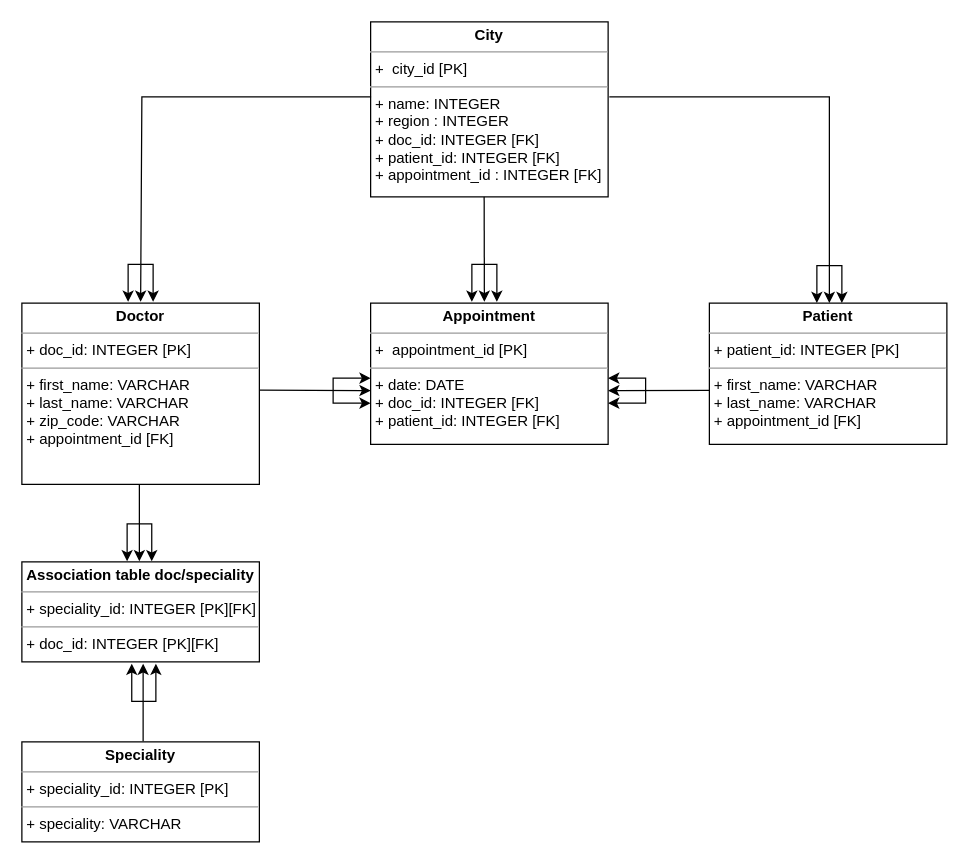
The draw.io diagram page "FreeDoc" (1 of 4) of BDD-Relationnelles.drawio in jocelyn-ep/S4-J4-SQL-Modelisation_database, before the edit. Source tidied: cells renumbered, new cells numbered last; positions are measured from the earlier drawing's top-left corner, leaving out a move shared by most shapes. Both pictures are drawn from the tidied source at 125%, with x=0, y=0 at pixel (21, 21).
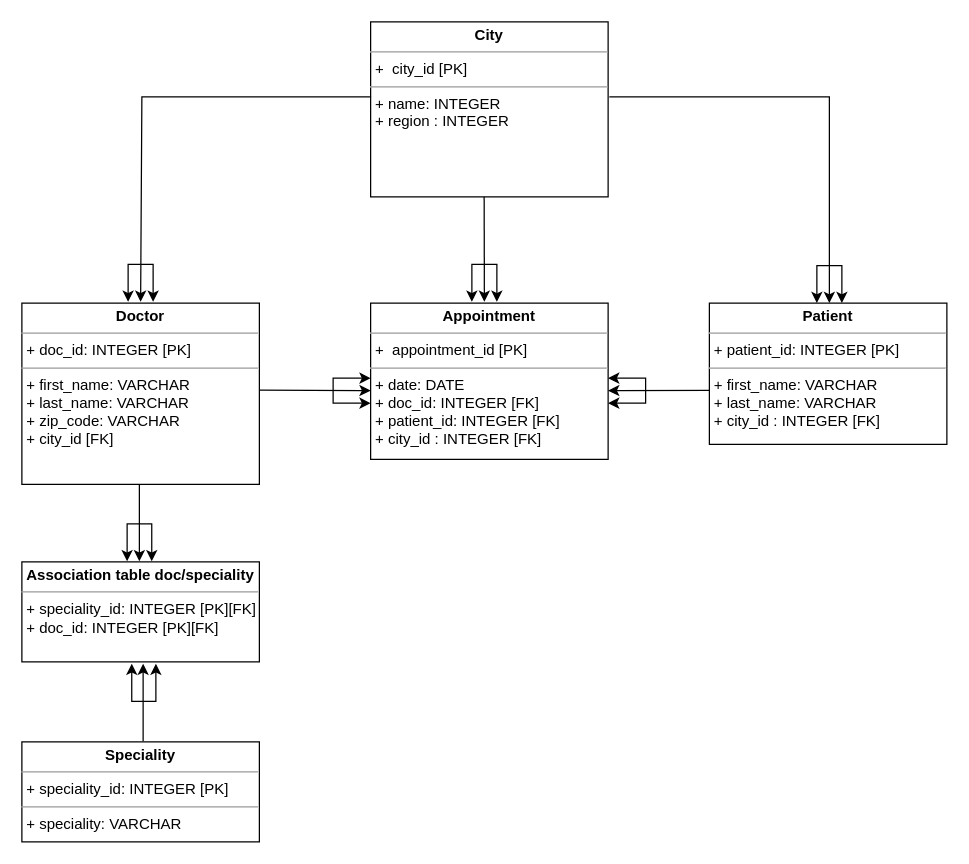
Above is the later version.

What changed in the source:
```diff
@@
-    <mxCell id="2" value="&lt;p style=&quot;margin:0px;margin-top:4px;text-align:center;&quot;&gt;&lt;b&gt;Doctor&lt;/b&gt;&lt;/p&gt;&lt;hr size=&quot;1&quot;&gt;&lt;p style=&quot;margin:0px;margin-left:4px;&quot;&gt;+ doc_id: INTEGER [PK]&lt;br&gt;&lt;/p&gt;&lt;hr size=&quot;1&quot;&gt;&lt;p style=&quot;margin:0px;margin-left:4px;&quot;&gt;+ first_name: VARCHAR&amp;nbsp;&lt;br&gt;&lt;/p&gt;&lt;p style=&quot;margin:0px;margin-left:4px;&quot;&gt;+ last_name: VARCHAR&amp;nbsp;&lt;br&gt;&lt;span style=&quot;background-color: initial;&quot;&gt;+ zip_code: VARCHAR&amp;nbsp;&lt;/span&gt;&lt;br&gt;&lt;/p&gt;&lt;p style=&quot;margin:0px;margin-left:4px;&quot;&gt;+ appointment_id [FK]&lt;br&gt;&lt;/p&gt;" style="verticalAlign=top;align=left;overflow=fill;fontSize=12;fontFamily=Helvetica;html=1;rounded=0;shadow=0;comic=0;labelBackgroundColor=none;strokeWidth=1;" parent="1" vertex="1">
+    <mxCell id="2" value="&lt;p style=&quot;margin:0px;margin-top:4px;text-align:center;&quot;&gt;&lt;b&gt;Doctor&lt;/b&gt;&lt;/p&gt;&lt;hr size=&quot;1&quot;&gt;&lt;p style=&quot;margin:0px;margin-left:4px;&quot;&gt;+ doc_id: INTEGER [PK]&lt;br&gt;&lt;/p&gt;&lt;hr size=&quot;1&quot;&gt;&lt;p style=&quot;margin:0px;margin-left:4px;&quot;&gt;+ first_name: VARCHAR&amp;nbsp;&lt;br&gt;&lt;/p&gt;&lt;p style=&quot;margin:0px;margin-left:4px;&quot;&gt;+ last_name: VARCHAR&amp;nbsp;&lt;br&gt;&lt;span style=&quot;background-color: initial;&quot;&gt;+ zip_code: VARCHAR&amp;nbsp;&lt;/span&gt;&lt;br&gt;&lt;/p&gt;&lt;p style=&quot;margin:0px;margin-left:4px;&quot;&gt;+ city_id [FK]&lt;br&gt;&lt;/p&gt;" style="verticalAlign=top;align=left;overflow=fill;fontSize=12;fontFamily=Helvetica;html=1;rounded=0;shadow=0;comic=0;labelBackgroundColor=none;strokeWidth=1;" parent="1" vertex="1">
       <mxGeometry y="225" width="190" height="145" as="geometry" />
     </mxCell>
-    <mxCell id="3" value="&lt;p style=&quot;margin:0px;margin-top:4px;text-align:center;&quot;&gt;&lt;b&gt;Patient&lt;/b&gt;&lt;/p&gt;&lt;hr size=&quot;1&quot;&gt;&lt;p style=&quot;margin:0px;margin-left:4px;&quot;&gt;+ patient_id: INTEGER [PK]&lt;br&gt;&lt;/p&gt;&lt;hr size=&quot;1&quot;&gt;&lt;p style=&quot;margin:0px;margin-left:4px;&quot;&gt;+ first_name: VARCHAR&amp;nbsp;&lt;br style=&quot;border-color: var(--darkreader-border--border-color); --darkreader-inline-border:var(--darkreader-border--darkreader-border--border-color);&quot;&gt;&lt;/p&gt;&lt;p style=&quot;margin:0px;margin-left:4px;&quot;&gt;+ last_name: VARCHAR&amp;nbsp;&lt;br&gt;&lt;/p&gt;&lt;p style=&quot;margin:0px;margin-left:4px;&quot;&gt;+ appointment_id [FK]&lt;br&gt;&lt;/p&gt;" style="verticalAlign=top;align=left;overflow=fill;fontSize=12;fontFamily=Helvetica;html=1;rounded=0;shadow=0;comic=0;labelBackgroundColor=none;strokeWidth=1;" parent="1" vertex="1">
+    <mxCell id="3" value="&lt;p style=&quot;margin:0px;margin-top:4px;text-align:center;&quot;&gt;&lt;b&gt;Patient&lt;/b&gt;&lt;/p&gt;&lt;hr size=&quot;1&quot;&gt;&lt;p style=&quot;margin:0px;margin-left:4px;&quot;&gt;+ patient_id: INTEGER [PK]&lt;br&gt;&lt;/p&gt;&lt;hr size=&quot;1&quot;&gt;&lt;p style=&quot;margin:0px;margin-left:4px;&quot;&gt;+ first_name: VARCHAR&amp;nbsp;&lt;br style=&quot;border-color: var(--darkreader-border--border-color); --darkreader-inline-border:var(--darkreader-border--darkreader-border--border-color);&quot;&gt;&lt;/p&gt;&lt;p style=&quot;margin:0px;margin-left:4px;&quot;&gt;+ last_name: VARCHAR&amp;nbsp;&lt;br&gt;&lt;/p&gt;&lt;p style=&quot;margin:0px;margin-left:4px;&quot;&gt;+ city_id : INTEGER [FK]&lt;br&gt;&lt;/p&gt;" style="verticalAlign=top;align=left;overflow=fill;fontSize=12;fontFamily=Helvetica;html=1;rounded=0;shadow=0;comic=0;labelBackgroundColor=none;strokeWidth=1;" parent="1" vertex="1">
       <mxGeometry x="550" y="225" width="190" height="113" as="geometry" />
     </mxCell>
-    <mxCell id="4" value="&lt;p style=&quot;margin:0px;margin-top:4px;text-align:center;&quot;&gt;&lt;b&gt;Appointment&lt;/b&gt;&lt;/p&gt;&lt;hr size=&quot;1&quot;&gt;&lt;p style=&quot;margin:0px;margin-left:4px;&quot;&gt;+&amp;nbsp; appointment_id [PK]&lt;br&gt;&lt;/p&gt;&lt;hr size=&quot;1&quot;&gt;&lt;p style=&quot;margin:0px;margin-left:4px;&quot;&gt;+ date: DATE&lt;/p&gt;&lt;p style=&quot;margin:0px;margin-left:4px;&quot;&gt;+ doc_id: INTEGER [FK]&lt;br&gt;&lt;/p&gt;&lt;p style=&quot;margin:0px;margin-left:4px;&quot;&gt;+ patient_id: INTEGER [FK]&lt;br&gt;&lt;/p&gt;" style="verticalAlign=top;align=left;overflow=fill;fontSize=12;fontFamily=Helvetica;html=1;rounded=0;shadow=0;comic=0;labelBackgroundColor=none;strokeWidth=1;" parent="1" vertex="1">
-      <mxGeometry x="279" y="225" width="190" height="113" as="geometry" />
+    <mxCell id="4" value="&lt;p style=&quot;margin:0px;margin-top:4px;text-align:center;&quot;&gt;&lt;b&gt;Appointment&lt;/b&gt;&lt;/p&gt;&lt;hr size=&quot;1&quot;&gt;&lt;p style=&quot;margin:0px;margin-left:4px;&quot;&gt;+&amp;nbsp; appointment_id [PK]&lt;br&gt;&lt;/p&gt;&lt;hr size=&quot;1&quot;&gt;&lt;p style=&quot;margin:0px;margin-left:4px;&quot;&gt;+ date: DATE&lt;/p&gt;&lt;p style=&quot;margin:0px;margin-left:4px;&quot;&gt;+ doc_id: INTEGER [FK]&lt;br&gt;&lt;/p&gt;&lt;p style=&quot;margin:0px;margin-left:4px;&quot;&gt;+ patient_id: INTEGER [FK]&lt;br&gt;&lt;/p&gt;&lt;p style=&quot;margin:0px;margin-left:4px;&quot;&gt;+ city_id : INTEGER [FK]&lt;/p&gt;" style="verticalAlign=top;align=left;overflow=fill;fontSize=12;fontFamily=Helvetica;html=1;rounded=0;shadow=0;comic=0;labelBackgroundColor=none;strokeWidth=1;" parent="1" vertex="1">
+      <mxGeometry x="279" y="225" width="190" height="125" as="geometry" />
     </mxCell>
@@
-    <mxCell id="13" value="&lt;p style=&quot;margin:0px;margin-top:4px;text-align:center;&quot;&gt;&lt;b&gt;City&lt;/b&gt;&lt;/p&gt;&lt;hr size=&quot;1&quot;&gt;&lt;p style=&quot;margin:0px;margin-left:4px;&quot;&gt;+&amp;nbsp; city_id [PK]&lt;br&gt;&lt;/p&gt;&lt;hr size=&quot;1&quot;&gt;&lt;p style=&quot;margin:0px;margin-left:4px;&quot;&gt;+ name: INTEGER&lt;/p&gt;&lt;p style=&quot;margin:0px;margin-left:4px;&quot;&gt;+ region : INTEGER&lt;/p&gt;&lt;p style=&quot;margin:0px;margin-left:4px;&quot;&gt;+ doc_id: INTEGER [FK]&lt;br&gt;&lt;/p&gt;&lt;p style=&quot;margin:0px;margin-left:4px;&quot;&gt;+ patient_id: INTEGER [FK]&lt;br&gt;&lt;/p&gt;&lt;p style=&quot;margin:0px;margin-left:4px;&quot;&gt;+ appointment_id : INTEGER [FK]&lt;/p&gt;" style="verticalAlign=top;align=left;overflow=fill;fontSize=12;fontFamily=Helvetica;html=1;rounded=0;shadow=0;comic=0;labelBackgroundColor=none;strokeWidth=1;" parent="1" vertex="1">
+    <mxCell id="13" value="&lt;p style=&quot;margin:0px;margin-top:4px;text-align:center;&quot;&gt;&lt;b&gt;City&lt;/b&gt;&lt;/p&gt;&lt;hr size=&quot;1&quot;&gt;&lt;p style=&quot;margin:0px;margin-left:4px;&quot;&gt;+&amp;nbsp; city_id [PK]&lt;br&gt;&lt;/p&gt;&lt;hr size=&quot;1&quot;&gt;&lt;p style=&quot;margin:0px;margin-left:4px;&quot;&gt;+ name: INTEGER&lt;/p&gt;&lt;p style=&quot;margin:0px;margin-left:4px;&quot;&gt;+ region : INTEGER&lt;/p&gt;" style="verticalAlign=top;align=left;overflow=fill;fontSize=12;fontFamily=Helvetica;html=1;rounded=0;shadow=0;comic=0;labelBackgroundColor=none;strokeWidth=1;" parent="1" vertex="1">
       <mxGeometry x="279" width="190" height="140" as="geometry" />
     </mxCell>
-    <mxCell id="14" value="&lt;p style=&quot;margin:0px;margin-top:4px;text-align:center;&quot;&gt;&lt;b&gt;Association table doc/speciality&lt;/b&gt;&lt;/p&gt;&lt;hr size=&quot;1&quot;&gt;&lt;p style=&quot;margin:0px;margin-left:4px;&quot;&gt;+ speciality_id: INTEGER [PK][FK]&lt;br&gt;&lt;/p&gt;&lt;hr size=&quot;1&quot;&gt;&lt;p style=&quot;margin:0px;margin-left:4px;&quot;&gt;+ doc_id: INTEGER [PK][FK]&lt;/p&gt;" style="verticalAlign=top;align=left;overflow=fill;fontSize=12;fontFamily=Helvetica;html=1;rounded=0;shadow=0;comic=0;labelBackgroundColor=none;strokeWidth=1;" parent="1" vertex="1">
+    <mxCell id="14" value="&lt;p style=&quot;margin:0px;margin-top:4px;text-align:center;&quot;&gt;&lt;b&gt;Association table doc/speciality&lt;/b&gt;&lt;/p&gt;&lt;hr size=&quot;1&quot;&gt;&lt;p style=&quot;margin:0px;margin-left:4px;&quot;&gt;+ speciality_id: INTEGER [PK][FK]&lt;br&gt;&lt;/p&gt;&lt;p style=&quot;margin:0px;margin-left:4px;&quot;&gt;+ doc_id: INTEGER [PK][FK]&lt;br&gt;&lt;/p&gt;" style="verticalAlign=top;align=left;overflow=fill;fontSize=12;fontFamily=Helvetica;html=1;rounded=0;shadow=0;comic=0;labelBackgroundColor=none;strokeWidth=1;" parent="1" vertex="1">
       <mxGeometry y="432" width="190" height="80" as="geometry" />
     </mxCell>
```
